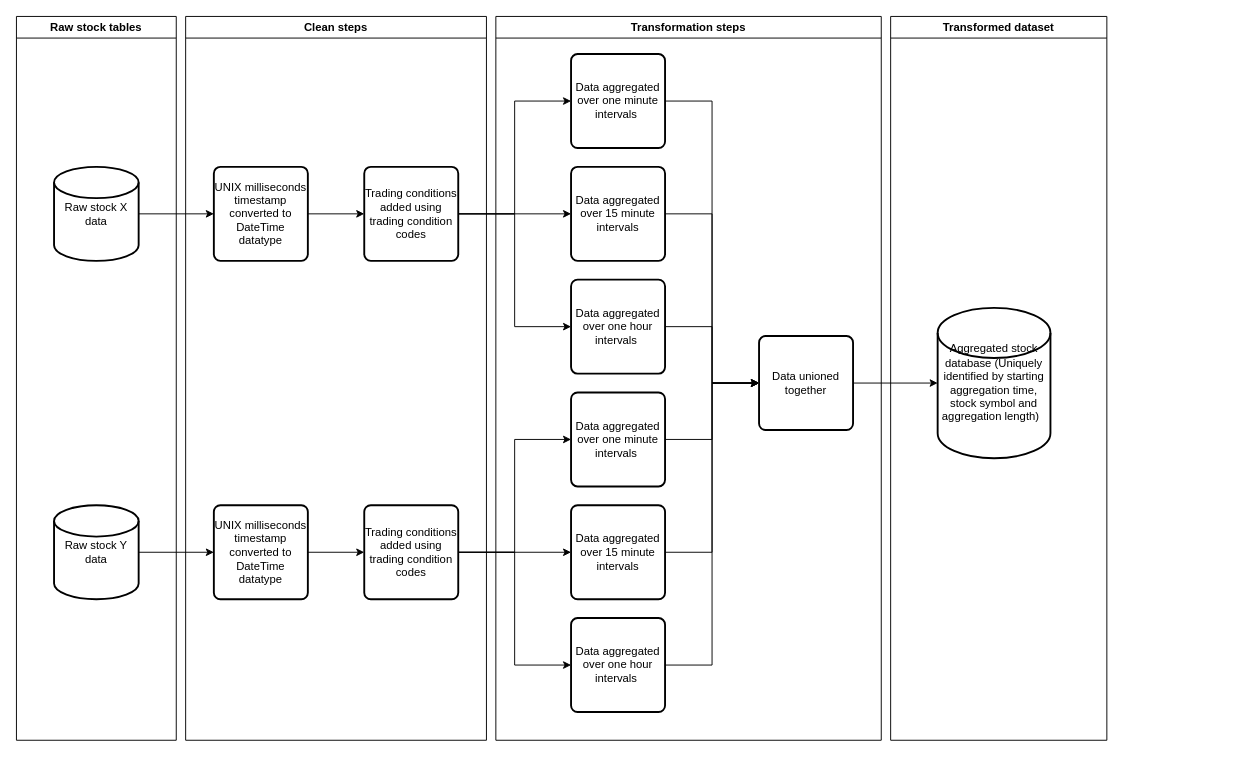
The draw.io diagram page "Data transformation process" (4 of 4) of architecture_diagrams.drawio in georgeslane/trading_data_etl, before the edit. Source tidied: cells renumbered, new cells numbered last; positions are measured from the earlier drawing's top-left corner, leaving out a move shared by most shapes. Both pictures are drawn from the tidied source at 94%, with x=0, y=0 at pixel (16, 16).
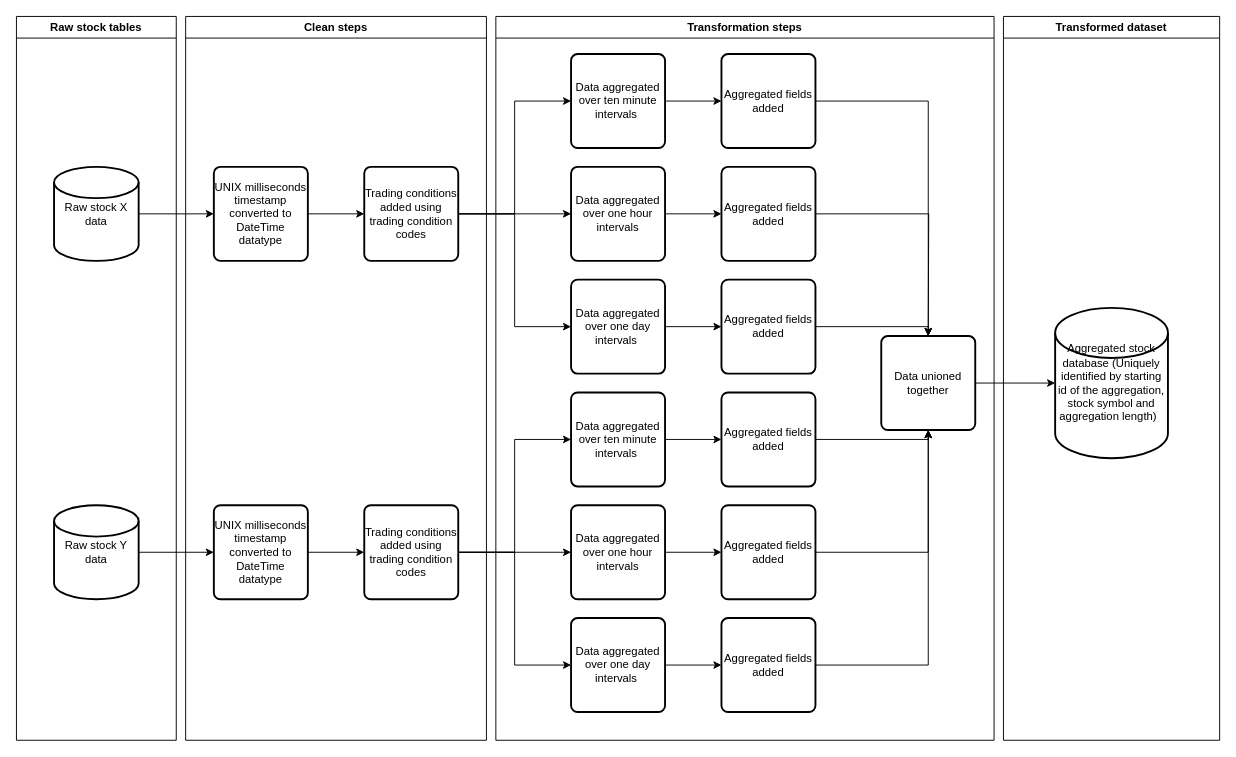
After the change.

What changed in the source:
```diff
@@
-    <mxCell id="4" style="edgeStyle=orthogonalEdgeStyle;rounded=0;jettySize=auto;html=1;exitX=1;exitY=0.5;exitDx=0;exitDy=0;entryX=0;entryY=0.5;entryDx=0;entryDy=0;" parent="1" edge="1" source="5" target="33">
+    <mxCell id="4" style="edgeStyle=orthogonalEdgeStyle;rounded=0;jettySize=auto;html=1;exitX=1;exitY=0.5;exitDx=0;exitDy=0;entryX=0;entryY=0.5;entryDx=0;entryDy=0;" parent="1" edge="1" source="5" target="38">
       <mxGeometry relative="1" as="geometry" />
     </mxCell>
-    <mxCell id="5" value="Data aggregated over one minute intervals&amp;nbsp;" style="rounded=1;whiteSpace=wrap;html=1;absoluteArcSize=1;arcSize=14;strokeWidth=2;" parent="1" vertex="1">
+    <mxCell id="5" value="Data aggregated over ten minute intervals&amp;nbsp;" style="rounded=1;whiteSpace=wrap;html=1;absoluteArcSize=1;arcSize=14;strokeWidth=2;" parent="1" vertex="1">
       <mxGeometry x="590" y="40" width="100" height="100" as="geometry" />
     </mxCell>
-    <mxCell id="6" style="edgeStyle=orthogonalEdgeStyle;rounded=0;jettySize=auto;html=1;exitX=1;exitY=0.5;exitDx=0;exitDy=0;entryX=0;entryY=0.5;entryDx=0;entryDy=0;" parent="1" edge="1" source="7" target="33">
+    <mxCell id="6" style="edgeStyle=orthogonalEdgeStyle;rounded=0;jettySize=auto;html=1;exitX=1;exitY=0.5;exitDx=0;exitDy=0;entryX=0;entryY=0.5;entryDx=0;entryDy=0;" parent="1" edge="1" source="7" target="40">
       <mxGeometry relative="1" as="geometry" />
     </mxCell>
-    <mxCell id="7" value="Data aggregated over 15 minute intervals" style="rounded=1;whiteSpace=wrap;html=1;absoluteArcSize=1;arcSize=14;strokeWidth=2;" parent="1" vertex="1">
+    <mxCell id="7" value="Data aggregated over one hour intervals" style="rounded=1;whiteSpace=wrap;html=1;absoluteArcSize=1;arcSize=14;strokeWidth=2;" parent="1" vertex="1">
       <mxGeometry x="590" y="160" width="100" height="100" as="geometry" />
     </mxCell>
@@
-    <mxCell id="11" style="edgeStyle=orthogonalEdgeStyle;rounded=0;jettySize=auto;html=1;exitX=1;exitY=0.5;exitDx=0;exitDy=0;entryX=0;entryY=0.5;entryDx=0;entryDy=0;" parent="1" edge="1" source="12" target="33">
+    <mxCell id="11" style="edgeStyle=orthogonalEdgeStyle;rounded=0;jettySize=auto;html=1;exitX=1;exitY=0.5;exitDx=0;exitDy=0;entryX=0;entryY=0.5;entryDx=0;entryDy=0;" parent="1" edge="1" source="12" target="42">
       <mxGeometry relative="1" as="geometry" />
     </mxCell>
-    <mxCell id="12" value="Data aggregated over one hour intervals&amp;nbsp;" style="rounded=1;whiteSpace=wrap;html=1;absoluteArcSize=1;arcSize=14;strokeWidth=2;" parent="1" vertex="1">
+    <mxCell id="12" value="Data aggregated over one day intervals&amp;nbsp;" style="rounded=1;whiteSpace=wrap;html=1;absoluteArcSize=1;arcSize=14;strokeWidth=2;" parent="1" vertex="1">
       <mxGeometry x="590" y="280" width="100" height="100" as="geometry" />
     </mxCell>
@@
-    <mxCell id="15" style="edgeStyle=orthogonalEdgeStyle;rounded=0;jettySize=auto;html=1;exitX=1;exitY=0.5;exitDx=0;exitDy=0;entryX=0;entryY=0.5;entryDx=0;entryDy=0;" parent="1" edge="1" source="16" target="33">
+    <mxCell id="15" style="edgeStyle=orthogonalEdgeStyle;rounded=0;jettySize=auto;html=1;exitX=1;exitY=0.5;exitDx=0;exitDy=0;entryX=0;entryY=0.5;entryDx=0;entryDy=0;" parent="1" edge="1" source="16" target="44">
       <mxGeometry relative="1" as="geometry" />
     </mxCell>
-    <mxCell id="16" value="Data aggregated over one minute intervals&amp;nbsp;" style="rounded=1;whiteSpace=wrap;html=1;absoluteArcSize=1;arcSize=14;strokeWidth=2;" parent="1" vertex="1">
+    <mxCell id="16" value="Data aggregated over ten minute intervals&amp;nbsp;" style="rounded=1;whiteSpace=wrap;html=1;absoluteArcSize=1;arcSize=14;strokeWidth=2;" parent="1" vertex="1">
       <mxGeometry x="590" y="400" width="100" height="100" as="geometry" />
     </mxCell>
-    <mxCell id="17" style="edgeStyle=orthogonalEdgeStyle;rounded=0;jettySize=auto;html=1;exitX=1;exitY=0.5;exitDx=0;exitDy=0;entryX=0;entryY=0.5;entryDx=0;entryDy=0;" parent="1" edge="1" source="18" target="33">
+    <mxCell id="17" style="edgeStyle=orthogonalEdgeStyle;rounded=0;jettySize=auto;html=1;exitX=1;exitY=0.5;exitDx=0;exitDy=0;entryX=0;entryY=0.5;entryDx=0;entryDy=0;" parent="1" edge="1" source="18" target="46">
       <mxGeometry relative="1" as="geometry" />
     </mxCell>
-    <mxCell id="18" value="Data aggregated over 15 minute intervals" style="rounded=1;whiteSpace=wrap;html=1;absoluteArcSize=1;arcSize=14;strokeWidth=2;" parent="1" vertex="1">
+    <mxCell id="18" value="Data aggregated over one hour intervals" style="rounded=1;whiteSpace=wrap;html=1;absoluteArcSize=1;arcSize=14;strokeWidth=2;" parent="1" vertex="1">
       <mxGeometry x="590" y="520" width="100" height="100" as="geometry" />
     </mxCell>
@@
-    <mxCell id="22" style="edgeStyle=orthogonalEdgeStyle;rounded=0;jettySize=auto;html=1;exitX=1;exitY=0.5;exitDx=0;exitDy=0;entryX=0;entryY=0.5;entryDx=0;entryDy=0;" parent="1" edge="1" source="23" target="33">
+    <mxCell id="22" style="edgeStyle=orthogonalEdgeStyle;rounded=0;jettySize=auto;html=1;exitX=1;exitY=0.5;exitDx=0;exitDy=0;entryX=0;entryY=0.5;entryDx=0;entryDy=0;" parent="1" edge="1" source="23" target="48">
       <mxGeometry relative="1" as="geometry" />
     </mxCell>
-    <mxCell id="23" value="Data aggregated over one hour intervals&amp;nbsp;" style="rounded=1;whiteSpace=wrap;html=1;absoluteArcSize=1;arcSize=14;strokeWidth=2;" parent="1" vertex="1">
+    <mxCell id="23" value="Data aggregated over one day intervals&amp;nbsp;" style="rounded=1;whiteSpace=wrap;html=1;absoluteArcSize=1;arcSize=14;strokeWidth=2;" parent="1" vertex="1">
       <mxGeometry x="590" y="640" width="100" height="100" as="geometry" />
     </mxCell>
-    <mxCell id="24" value="Aggregated stock database (Uniquely identified by starting aggregation time, stock symbol and aggregation length) &amp;nbsp;" style="strokeWidth=2;html=1;shape=mxgraph.flowchart.database;whiteSpace=wrap;" parent="1" vertex="1">
-      <mxGeometry x="980" y="310" width="120" height="160" as="geometry" />
-    </mxCell>
@@
-    <mxCell id="33" value="Data unioned together" style="rounded=1;whiteSpace=wrap;html=1;absoluteArcSize=1;arcSize=14;strokeWidth=2;" parent="1" vertex="1">
-      <mxGeometry x="790" y="340" width="100" height="100" as="geometry" />
-    </mxCell>
@@
     <mxCell id="35" value="Transformation steps" style="swimlane;whiteSpace=wrap;html=1;" parent="1" vertex="1">
-      <mxGeometry x="510" width="410" height="770" as="geometry" />
+      <mxGeometry x="510" width="530" height="770" as="geometry" />
     </mxCell>
+    <mxCell id="33" value="Data unioned together" style="rounded=1;whiteSpace=wrap;html=1;absoluteArcSize=1;arcSize=14;strokeWidth=2;" parent="35" vertex="1">
+      <mxGeometry x="410" y="340" width="100" height="100" as="geometry" />
+    </mxCell>
+    <mxCell id="37" style="edgeStyle=orthogonalEdgeStyle;rounded=0;jettySize=auto;html=1;exitX=1;exitY=0.5;exitDx=0;exitDy=0;entryX=0.5;entryY=0;entryDx=0;entryDy=0;" parent="35" edge="1" source="38" target="33">
+      <mxGeometry relative="1" as="geometry" />
+    </mxCell>
+    <mxCell id="38" value="Aggregated fields added" style="rounded=1;whiteSpace=wrap;html=1;absoluteArcSize=1;arcSize=14;strokeWidth=2;" parent="35" vertex="1">
+      <mxGeometry x="240" y="40" width="100" height="100" as="geometry" />
+    </mxCell>
+    <mxCell id="39" style="edgeStyle=orthogonalEdgeStyle;rounded=0;jettySize=auto;html=1;exitX=1;exitY=0.5;exitDx=0;exitDy=0;" parent="35" edge="1" source="40">
+      <mxGeometry relative="1" as="geometry">
+        <mxPoint x="460" y="340" as="targetPoint" />
+      </mxGeometry>
+    </mxCell>
+    <mxCell id="40" value="Aggregated fields added" style="rounded=1;whiteSpace=wrap;html=1;absoluteArcSize=1;arcSize=14;strokeWidth=2;" parent="35" vertex="1">
+      <mxGeometry x="240" y="160" width="100" height="100" as="geometry" />
+    </mxCell>
+    <mxCell id="41" style="edgeStyle=orthogonalEdgeStyle;rounded=0;jettySize=auto;html=1;exitX=1;exitY=0.5;exitDx=0;exitDy=0;entryX=0.5;entryY=0;entryDx=0;entryDy=0;" parent="35" edge="1" source="42" target="33">
+      <mxGeometry relative="1" as="geometry">
+        <Array as="points">
+          <mxPoint x="460" y="330" />
+        </Array>
+      </mxGeometry>
+    </mxCell>
+    <mxCell id="42" value="Aggregated fields added" style="rounded=1;whiteSpace=wrap;html=1;absoluteArcSize=1;arcSize=14;strokeWidth=2;" parent="35" vertex="1">
+      <mxGeometry x="240" y="280" width="100" height="100" as="geometry" />
+    </mxCell>
+    <mxCell id="43" style="edgeStyle=orthogonalEdgeStyle;rounded=0;jettySize=auto;html=1;exitX=1;exitY=0.5;exitDx=0;exitDy=0;entryX=0.5;entryY=1;entryDx=0;entryDy=0;" parent="35" edge="1" source="44" target="33">
+      <mxGeometry relative="1" as="geometry">
+        <Array as="points">
+          <mxPoint x="460" y="450" />
+        </Array>
+      </mxGeometry>
+    </mxCell>
+    <mxCell id="44" value="Aggregated fields added" style="rounded=1;whiteSpace=wrap;html=1;absoluteArcSize=1;arcSize=14;strokeWidth=2;" parent="35" vertex="1">
+      <mxGeometry x="240" y="400" width="100" height="100" as="geometry" />
+    </mxCell>
+    <mxCell id="45" style="edgeStyle=orthogonalEdgeStyle;rounded=0;jettySize=auto;html=1;exitX=1;exitY=0.5;exitDx=0;exitDy=0;entryX=0.5;entryY=1;entryDx=0;entryDy=0;" parent="35" edge="1" source="46" target="33">
+      <mxGeometry relative="1" as="geometry" />
+    </mxCell>
+    <mxCell id="46" value="Aggregated fields added" style="rounded=1;whiteSpace=wrap;html=1;absoluteArcSize=1;arcSize=14;strokeWidth=2;" parent="35" vertex="1">
+      <mxGeometry x="240" y="520" width="100" height="100" as="geometry" />
+    </mxCell>
+    <mxCell id="47" style="edgeStyle=orthogonalEdgeStyle;rounded=0;jettySize=auto;html=1;exitX=1;exitY=0.5;exitDx=0;exitDy=0;entryX=0.5;entryY=1;entryDx=0;entryDy=0;" parent="35" edge="1" source="48" target="33">
+      <mxGeometry relative="1" as="geometry" />
+    </mxCell>
+    <mxCell id="48" value="Aggregated fields added" style="rounded=1;whiteSpace=wrap;html=1;absoluteArcSize=1;arcSize=14;strokeWidth=2;" parent="35" vertex="1">
+      <mxGeometry x="240" y="640" width="100" height="100" as="geometry" />
+    </mxCell>
     <mxCell id="36" value="Transformed dataset" style="swimlane;whiteSpace=wrap;html=1;" parent="1" vertex="1">
-      <mxGeometry x="930" width="230" height="770" as="geometry" />
+      <mxGeometry x="1050" width="230" height="770" as="geometry" />
     </mxCell>
+    <mxCell id="24" value="Aggregated stock database (Uniquely identified by starting id of the aggregation, stock symbol and aggregation length) &amp;nbsp;" style="strokeWidth=2;html=1;shape=mxgraph.flowchart.database;whiteSpace=wrap;" parent="36" vertex="1">
+      <mxGeometry x="55" y="310" width="120" height="160" as="geometry" />
+    </mxCell>
```
